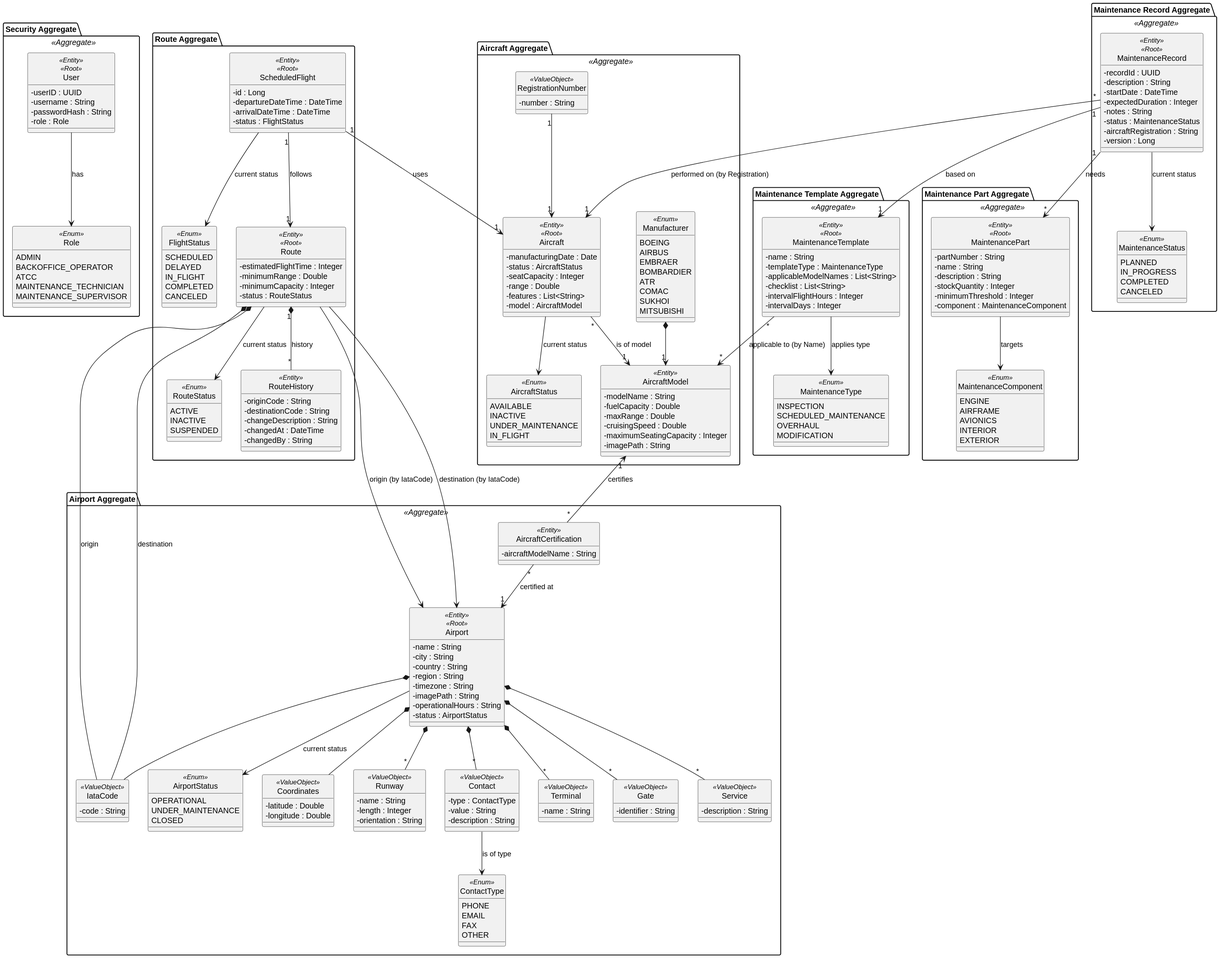
VascoMagolo/psoft_1231562_1241692_1242036_2db keeps this PlantUML diagram as docs/system-documentation/global-artifacts/svg/DM.svg. Above is the earlier version.
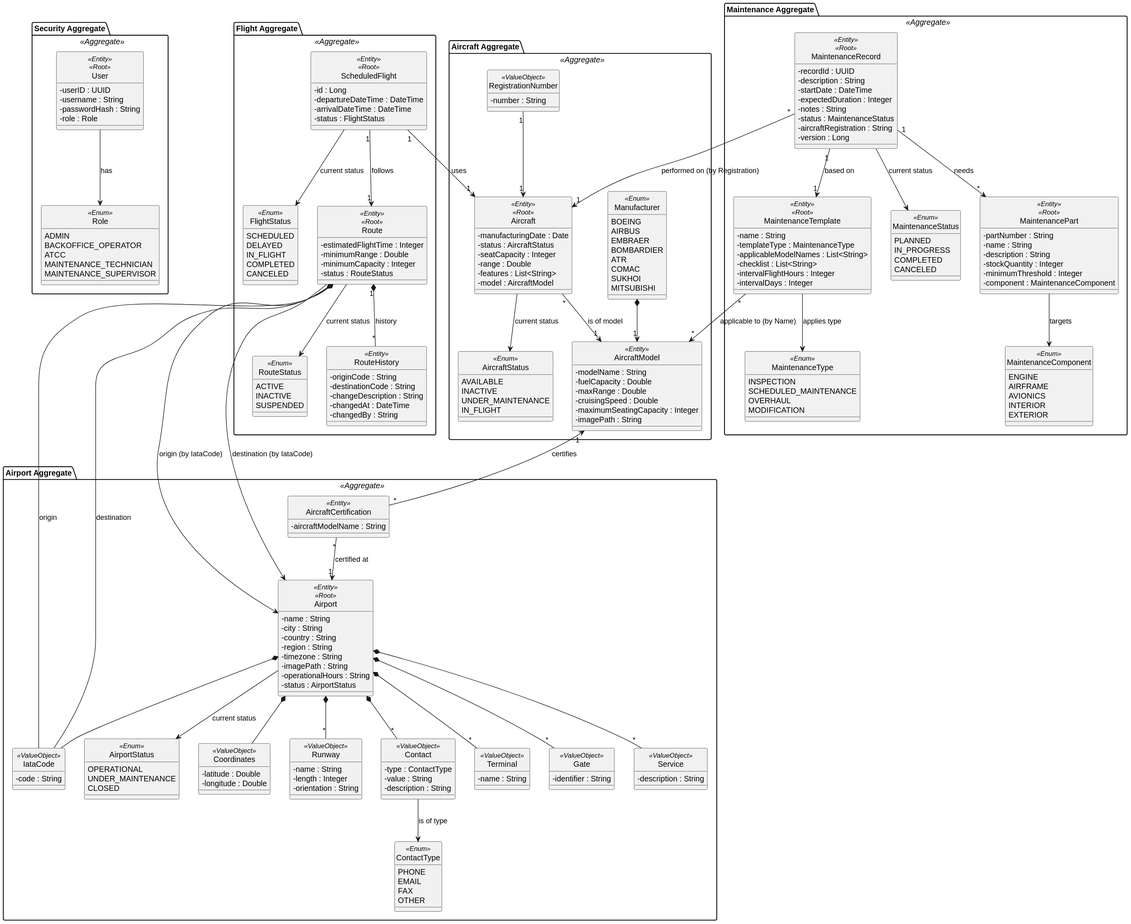
Above is the later version.

Commit message:
docs(diagrams): consolidate maintenance and flight aggregates in DM.puml

- Renamed 'Route Aggregate' to 'Flight Aggregate', which now correctly contains Route and ScheduledFlight.
- Merged MaintenanceTemplate, MaintenanceRecord, and MaintenancePart into a single 'Maintenance Aggregate'.
- Added a UML note in the Maintenance Aggregate explicitly stating that the components remain independent aggregate roots with their own transactional boundaries.
- Regenerated DM.svg.

Change to the diagram source:
```diff
@@ -140,7 +140,7 @@
   Airport *-- "*" Service
 }
 
-package "Route Aggregate" {
+package "Flight Aggregate" <<Aggregate>> {
   enum RouteStatus <<Enum>> {
     ACTIVE
     INACTIVE
@@ -185,7 +185,8 @@
 }
 
 
-package "Maintenance Template Aggregate" <<Aggregate>> {
+package "Maintenance Aggregate" <<Aggregate>> {
+
   enum MaintenanceType <<Enum>> {
     INSPECTION
     SCHEDULED_MAINTENANCE
@@ -202,15 +203,14 @@
     - intervalDays : Integer
   }
   MaintenanceTemplate --> MaintenanceType : applies type
-}
 
-package "Maintenance Record Aggregate" <<Aggregate>> {
   enum MaintenanceStatus <<Enum>> {
      PLANNED
      IN_PROGRESS
      COMPLETED
      CANCELED
   }
+
   class MaintenanceRecord <<Entity>> <<Root>> {
     - recordId : UUID
     - description : String
@@ -222,9 +222,7 @@
     - version : Long
   }
   MaintenanceRecord --> MaintenanceStatus : current status
-}
 
-package "Maintenance Part Aggregate" <<Aggregate>> {
   enum MaintenanceComponent <<Enum>> {
     ENGINE
     AIRFRAME
@@ -232,6 +230,7 @@
     INTERIOR
     EXTERIOR
   }
+
   class MaintenancePart <<Entity>> <<Root>> {
     - partNumber : String
     - name : String
```
